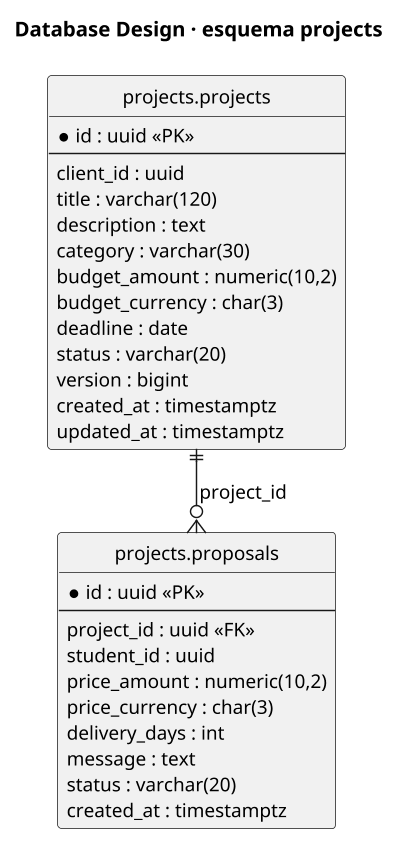
Above: img/cap 5/db-projects.png in 1ASI0728-2620-9075-Chambita/1ASI0728-2620-9075-TF-Report (PlantUML), before the change.
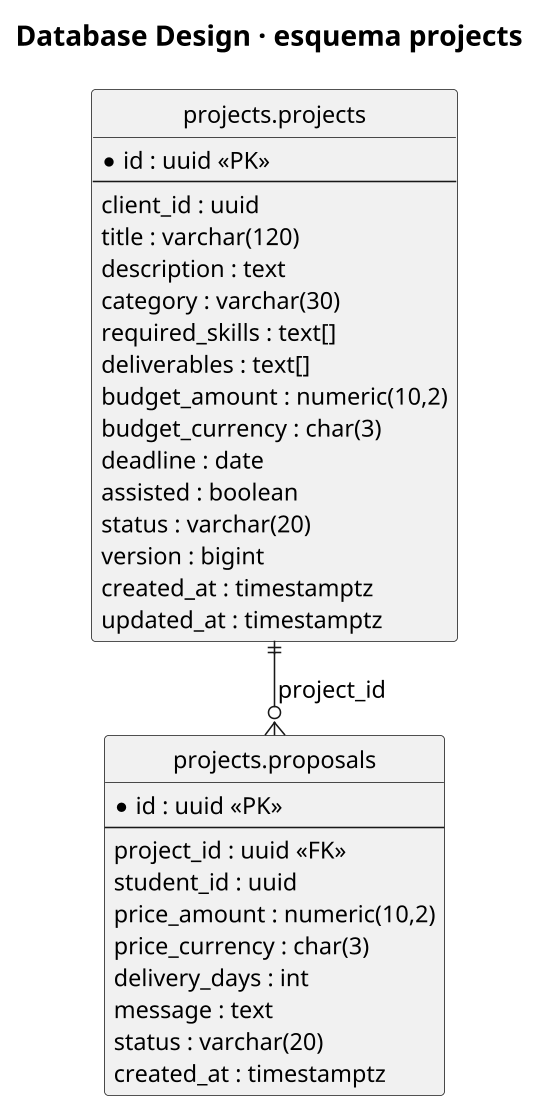
The same file after the commit.

Diff of the diagram source:
```diff
@@ -1,16 +1,14 @@
 @startuml
-skinparamlocked dpi 140
+skinparamlocked dpi 150
 !pragma layout smetana
+skinparam defaultFontName "Noto Sans"
+skinparam defaultFontSize 15
+skinparam shadowing false
+skinparam TitleFontSize 18
 hide circle
 skinparam linetype ortho
-skinparam shadowing false
-skinparam defaultFontName Noto Sans
-skinparam defaultFontSize 13
-skinparam entity {
-  BackgroundColor #F3F7FF
-  BorderColor #2E5BDB
-}
 title Database Design · esquema projects
+
 entity "projects.projects" as projects {
   * id : uuid <<PK>>
   --
@@ -18,9 +16,12 @@
   title : varchar(120)
   description : text
   category : varchar(30)
+  required_skills : text[]
+  deliverables : text[]
   budget_amount : numeric(10,2)
   budget_currency : char(3)
   deadline : date
+  assisted : boolean
   status : varchar(20)
   version : bigint
   created_at : timestamptz
```
